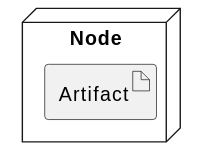
Earlier version of the PlantUML export out/plant_uml/deployRelationExample2/deployRelationExample2.svg (gigl-uml/Guide_uml_polymtl).
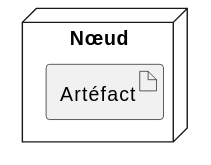
After the change.

Change to the diagram source:
```diff
@@ -1,7 +1,7 @@
 @startuml
 skinparam backgroundcolor transparent
-node Node {
-    artifact Artifact
+node Nœud {
+    artifact Artéfact
 }
 
 @enduml
```
